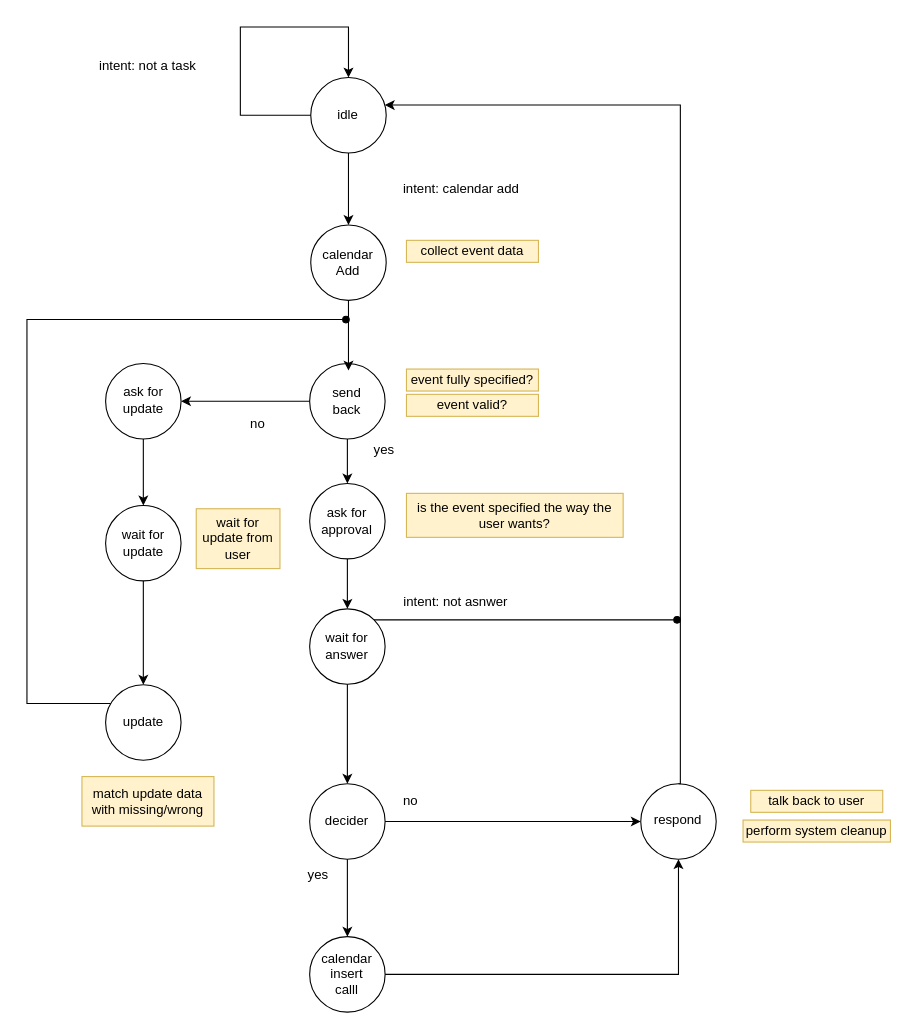
The draw.io diagram diagrams/fsm_home_assis.drawio in MarcusGitAccount/home_assistant_ro, before the edit. Source tidied: cells renumbered, new cells numbered last; positions are measured from the earlier drawing's top-left corner, leaving out a move shared by most shapes. Both pictures are drawn from the tidied source at 110%, with x=0, y=0 at pixel (26, 26).
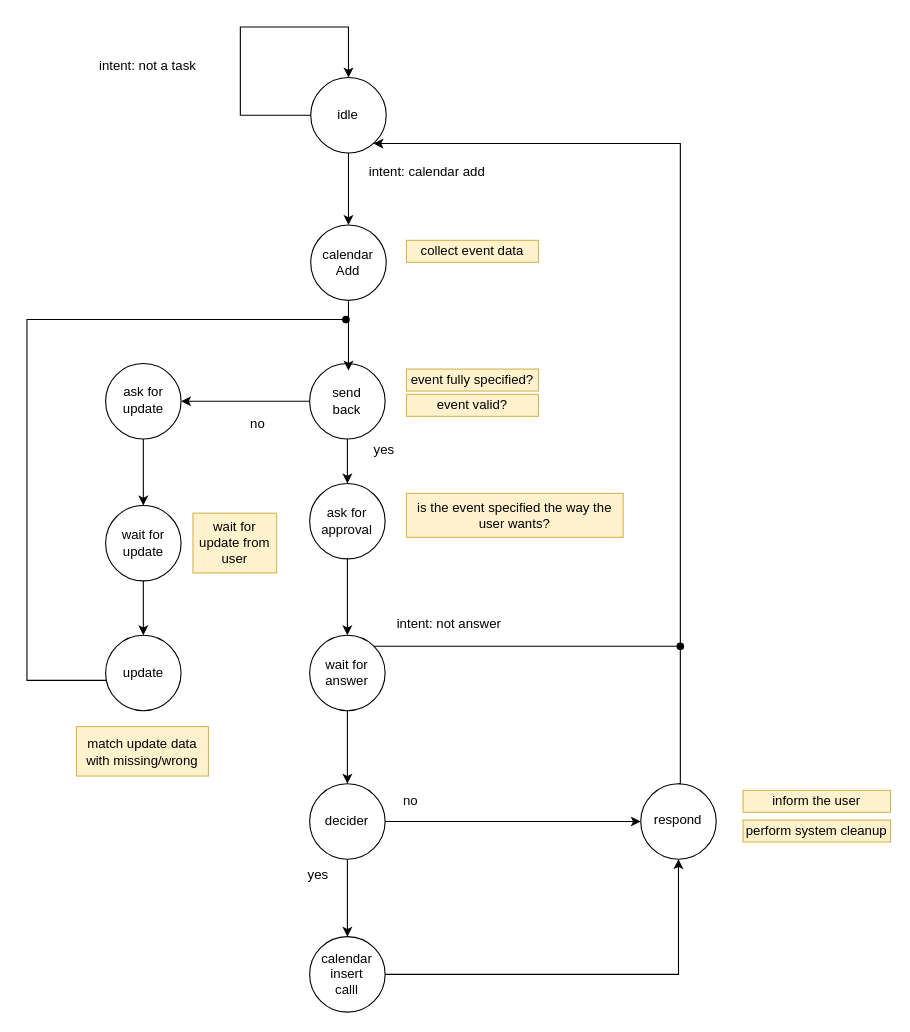
The same page after the edit.

Unchanged cells that the change refers to:
```xml
<mxCell id="3" style="ellipse;whiteSpace=wrap;html=1;labelBackgroundColor=none;fillColor=#FFFFFF;" parent="2" vertex="1">
  <mxGeometry width="68.6" height="68.6" as="geometry" />
</mxCell>
<mxCell id="15" style="ellipse;whiteSpace=wrap;html=1;labelBackgroundColor=none;fillColor=#FFFFFF;" parent="14" vertex="1">
  <mxGeometry width="68.6" height="68.6" as="geometry" />
</mxCell>
<mxCell id="32" style="ellipse;whiteSpace=wrap;html=1;labelBackgroundColor=none;fillColor=#FFFFFF;" parent="31" vertex="1">
  <mxGeometry width="68.6" height="68.6" as="geometry" />
</mxCell>
<mxCell id="42" style="ellipse;whiteSpace=wrap;html=1;labelBackgroundColor=none;fillColor=#FFFFFF;" parent="40" vertex="1">
  <mxGeometry width="68.6" height="68.6" as="geometry" />
</mxCell>
```

The edit, as a diff of the source:
```diff
@@
     <mxCell id="14" style="group;" parent="1" vertex="1">
-      <mxGeometry x="257" y="529" width="77" height="69" as="geometry" />
+      <mxGeometry x="257" y="553" width="77" height="69" as="geometry" />
     </mxCell>
@@
     <mxCell id="17" value="intent: calendar add" style="text;html=1;strokeColor=none;fillColor=none;align=center;verticalAlign=middle;whiteSpace=wrap;rounded=0;labelBackgroundColor=none;" parent="1" vertex="1">
-      <mxGeometry x="340" y="137" width="110" height="20" as="geometry" />
+      <mxGeometry x="309" y="122" width="110" height="20" as="geometry" />
     </mxCell>
@@
     <mxCell id="24" style="group;" parent="1" vertex="1">
-      <mxGeometry x="156" y="484" width="114" height="78" as="geometry" />
+      <mxGeometry x="153" y="488" width="114" height="78" as="geometry" />
     </mxCell>
@@
     <mxCell id="31" style="group;" parent="1" vertex="1">
-      <mxGeometry x="71.5" y="598" width="77" height="69" as="geometry" />
+      <mxGeometry x="71.5" y="553" width="77" height="69" as="geometry" />
     </mxCell>
@@
     <mxCell id="35" style="edgeStyle=orthogonalEdgeStyle;rounded=0;jettySize=auto;html=1;endArrow=oval;endFill=1;" parent="1" edge="1" source="32">
       <mxGeometry relative="1" as="geometry">
         <mxPoint x="290" y="266" as="targetPoint" />
         <Array as="points">
-          <mxPoint y="615" />
+          <mxPoint y="594" />
           <mxPoint y="266" />
-          <mxPoint x="290" y="266" />
         </Array>
       </mxGeometry>
     </mxCell>
@@
     <mxCell id="44" style="edgeStyle=orthogonalEdgeStyle;rounded=0;jettySize=auto;html=1;exitX=0.5;exitY=0;exitDx=0;exitDy=0;" parent="1" edge="1" source="42" target="3">
       <mxGeometry relative="1" as="geometry">
         <Array as="points">
-          <mxPoint x="594" y="71" />
+          <mxPoint x="594" y="688" />
+          <mxPoint x="594" y="106" />
         </Array>
       </mxGeometry>
     </mxCell>
@@
     <mxCell id="49" style="edgeStyle=orthogonalEdgeStyle;rounded=0;jettySize=auto;html=1;exitX=1;exitY=0;exitDx=0;exitDy=0;endArrow=oval;endFill=1;" parent="1" edge="1" source="15">
       <mxGeometry relative="1" as="geometry">
-        <mxPoint x="591" y="539" as="targetPoint" />
+        <mxPoint x="594" y="563" as="targetPoint" />
       </mxGeometry>
     </mxCell>
-    <mxCell id="50" value="intent: not asnwer" style="text;html=1;strokeColor=none;fillColor=none;align=center;verticalAlign=middle;whiteSpace=wrap;rounded=0;labelBackgroundColor=none;" parent="1" vertex="1">
-      <mxGeometry x="335" y="513" width="110" height="20" as="geometry" />
+    <mxCell id="50" value="intent: not answer" style="text;html=1;strokeColor=none;fillColor=none;align=center;verticalAlign=middle;whiteSpace=wrap;rounded=0;labelBackgroundColor=none;" parent="1" vertex="1">
+      <mxGeometry x="329" y="533" width="110" height="20" as="geometry" />
     </mxCell>
@@
-    <mxCell id="66" value="talk back to user" style="text;html=1;strokeColor=#d6b656;fillColor=#fff2cc;align=center;verticalAlign=middle;whiteSpace=wrap;rounded=0;labelBackgroundColor=none;" parent="1" vertex="1">
-      <mxGeometry x="658" y="694" width="120" height="20" as="geometry" />
-    </mxCell>
@@
     <mxCell id="68" value="match update data with missing/wrong" style="text;html=1;strokeColor=#d6b656;fillColor=#fff2cc;align=center;verticalAlign=middle;whiteSpace=wrap;rounded=0;labelBackgroundColor=none;" parent="1" vertex="1">
-      <mxGeometry x="50" y="681.5" width="120" height="45" as="geometry" />
+      <mxGeometry x="45" y="636" width="120" height="45" as="geometry" />
     </mxCell>
@@
+    <mxCell id="70" value="inform the user" style="text;html=1;strokeColor=#d6b656;fillColor=#fff2cc;align=center;verticalAlign=middle;whiteSpace=wrap;rounded=0;labelBackgroundColor=none;" parent="1" vertex="1">
+      <mxGeometry x="651" y="694" width="134" height="20" as="geometry" />
+    </mxCell>
```
